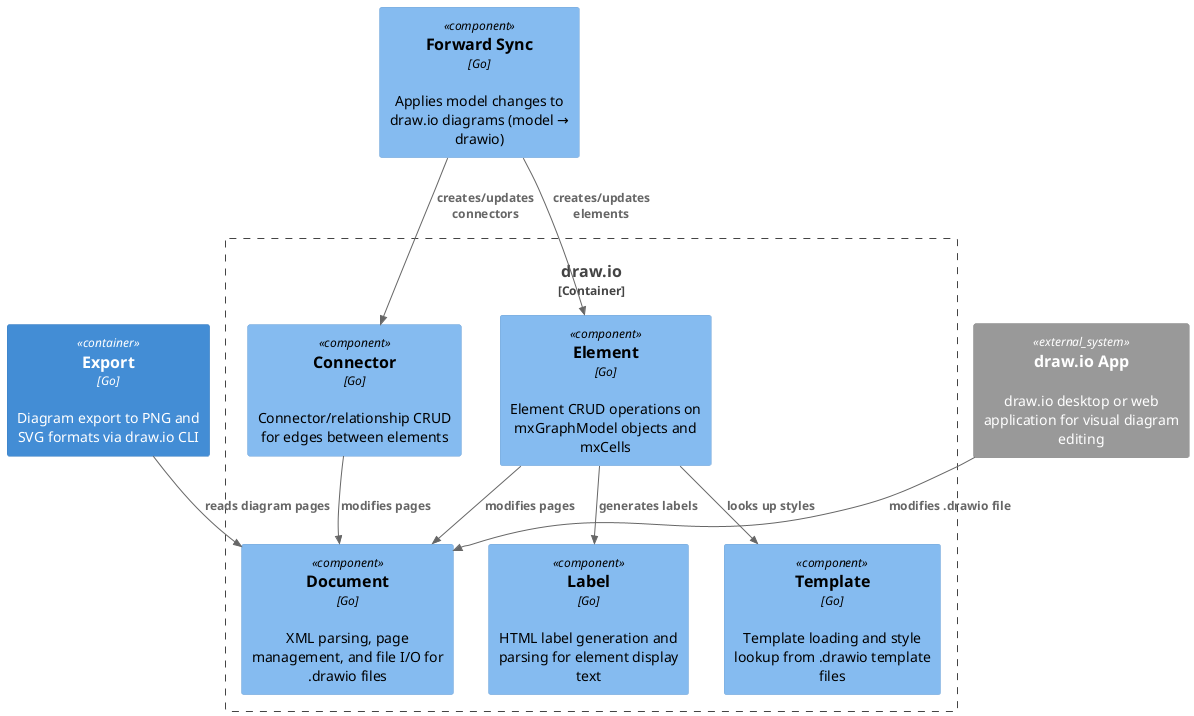
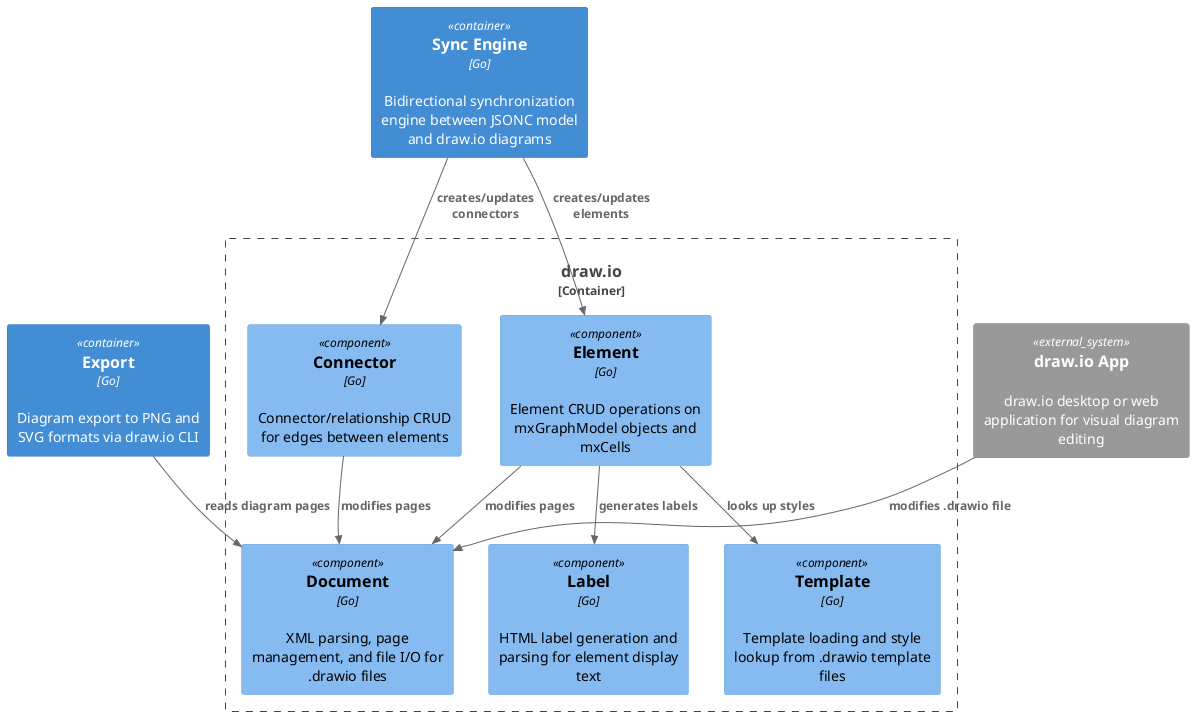
@startuml
!include <C4/C4_Component>

Container(bausteinsicht_export, "Export", "Go", "Diagram export to PNG and SVG formats via draw.io CLI")
- Component(bausteinsicht_sync_forward, "Forward Sync", "Go", "Applies model changes to draw.io diagrams (model → drawio)")
+ Container(bausteinsicht_sync, "Sync Engine", "Go", "Bidirectional synchronization engine between JSONC model and draw.io diagrams")
System_Ext(drawio_app, "draw.io App", "draw.io desktop or web application for visual diagram editing")
Container_Boundary(bausteinsicht_drawio, "draw.io") {
  Component(bausteinsicht_drawio_connector, "Connector", "Go", "Connector/relationship CRUD for edges between elements")
  Component(bausteinsicht_drawio_document, "Document", "Go", "XML parsing, page management, and file I/O for .drawio files")
  Component(bausteinsicht_drawio_element, "Element", "Go", "Element CRUD operations on mxGraphModel objects and mxCells")
  Component(bausteinsicht_drawio_label, "Label", "Go", "HTML label generation and parsing for element display text")
  Component(bausteinsicht_drawio_template, "Template", "Go", "Template loading and style lookup from .drawio template files")
}

Rel(drawio_app, bausteinsicht_drawio_document, "modifies .drawio file")
- Rel(bausteinsicht_sync_forward, bausteinsicht_drawio_element, "creates/updates elements")
- Rel(bausteinsicht_sync_forward, bausteinsicht_drawio_connector, "creates/updates connectors")
+ Rel(bausteinsicht_sync, bausteinsicht_drawio_element, "creates/updates elements")
+ Rel(bausteinsicht_sync, bausteinsicht_drawio_connector, "creates/updates connectors")
Rel(bausteinsicht_drawio_element, bausteinsicht_drawio_label, "generates labels")
Rel(bausteinsicht_drawio_element, bausteinsicht_drawio_template, "looks up styles")
Rel(bausteinsicht_drawio_element, bausteinsicht_drawio_document, "modifies pages")
Rel(bausteinsicht_drawio_connector, bausteinsicht_drawio_document, "modifies pages")
Rel(bausteinsicht_export, bausteinsicht_drawio_document, "reads diagram pages")
@enduml
